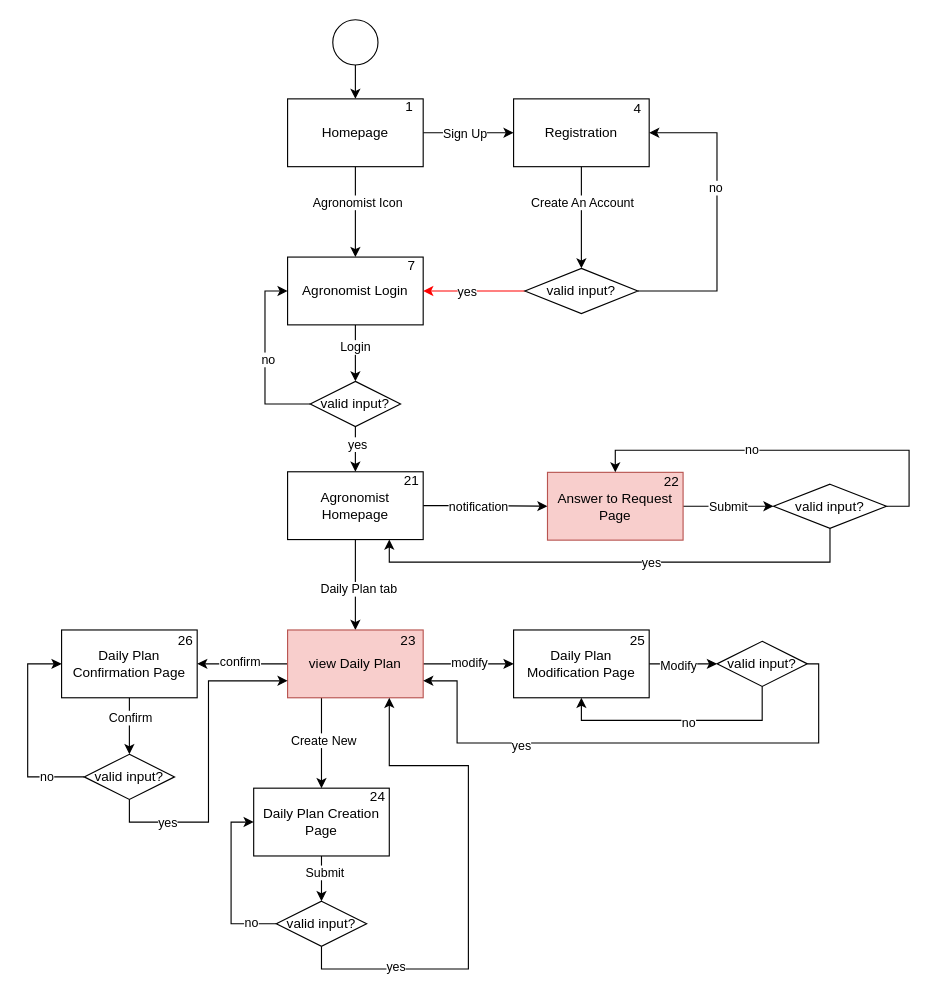
The draw.io diagram page "Agronomist" (1 of 2) of DD/diagrams/webapp flow diagrams.drawio in ictar/DREAM-SE2-Project-2022, before the edit. Source tidied: cells renumbered, new cells numbered last; positions are measured from the earlier drawing's top-left corner, leaving out a move shared by most shapes. Both pictures are drawn from the tidied source at 113%, with x=0, y=0 at pixel (27, 19).
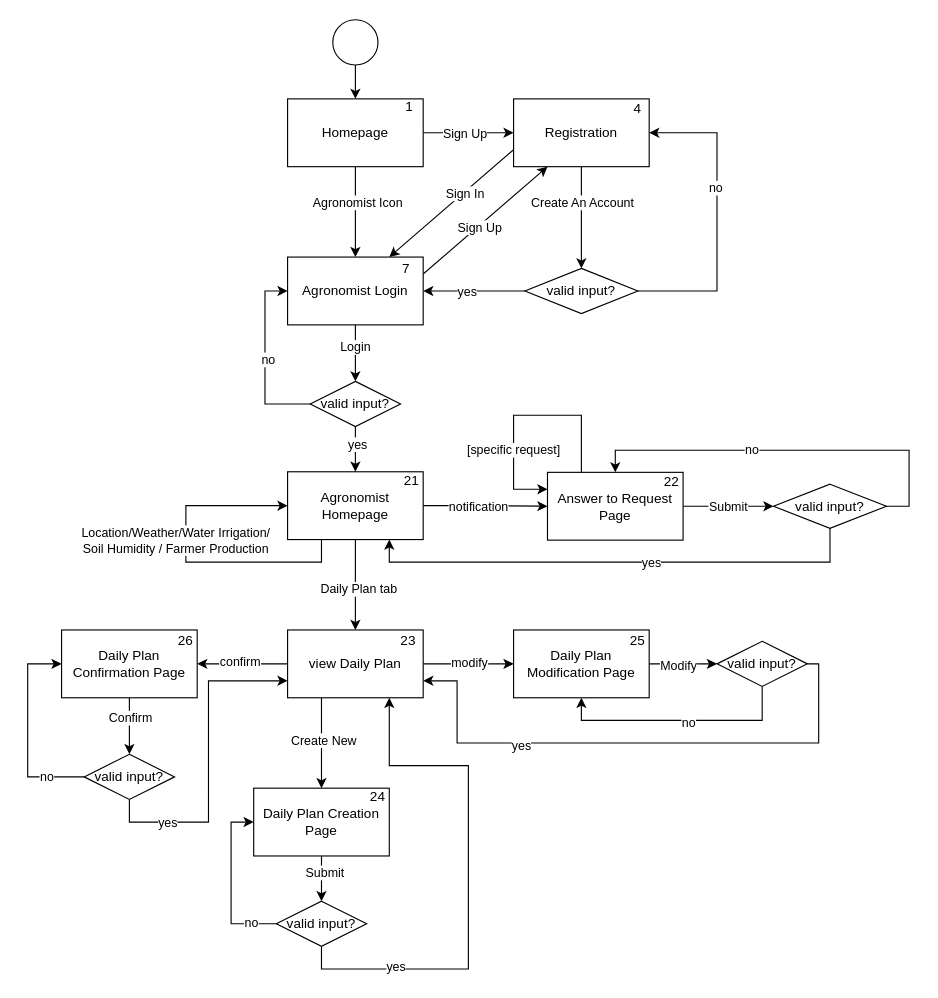
After the change.

Commit message:
modify agronomist weebapp flow

Unchanged cells that the change refers to:
```xml
<mxCell id="4" value="Agronomist Login" style="rounded=0;whiteSpace=wrap;html=1;" parent="1" vertex="1">
  <mxGeometry x="230" y="210" width="120" height="60" as="geometry" />
</mxCell>
<mxCell id="14" value="Registration" style="rounded=0;whiteSpace=wrap;html=1;" parent="1" vertex="1">
  <mxGeometry x="430" y="70" width="120" height="60" as="geometry" />
</mxCell>
<mxCell id="24" value="Agronomist Homepage" style="rounded=0;whiteSpace=wrap;html=1;" parent="1" vertex="1">
  <mxGeometry x="230" y="400" width="120" height="60" as="geometry" />
</mxCell>
<mxCell id="29" value="&lt;span&gt;valid input?&lt;/span&gt;" style="rhombus;whiteSpace=wrap;html=1;fillColor=none;" parent="1" vertex="1">
  <mxGeometry x="440" y="220" width="100" height="40" as="geometry" />
</mxCell>
```

The edit, as a diff of the source:
```diff
@@
+    <mxCell id="78" style="edgeStyle=none;rounded=0;jettySize=auto;html=1;exitX=1;exitY=0.25;exitDx=0;exitDy=0;entryX=0.25;entryY=1;entryDx=0;entryDy=0;strokeColor=#000000;" parent="1" edge="1" source="4" target="14">
+      <mxGeometry relative="1" as="geometry" />
+    </mxCell>
+    <mxCell id="79" value="Sign Up" style="edgeLabel;html=1;align=center;verticalAlign=middle;" parent="78" vertex="1">
+      <mxGeometry x="-0.1" y="-1" relative="1" as="geometry" />
+    </mxCell>
@@
+    <mxCell id="80" style="rounded=0;jettySize=auto;html=1;exitX=0;exitY=0.75;exitDx=0;exitDy=0;entryX=0.75;entryY=0;entryDx=0;entryDy=0;strokeColor=#000000;" parent="1" edge="1" source="14" target="4">
+      <mxGeometry relative="1" as="geometry" />
+    </mxCell>
+    <mxCell id="81" value="Sign In" style="edgeLabel;html=1;align=center;verticalAlign=middle;" parent="80" vertex="1">
+      <mxGeometry x="-0.2" y="1" relative="1" as="geometry" />
+    </mxCell>
@@
-    <mxCell id="27" style="edgeStyle=orthogonalEdgeStyle;rounded=0;jettySize=auto;html=1;exitX=0;exitY=0.5;exitDx=0;exitDy=0;entryX=1;entryY=0.5;entryDx=0;entryDy=0;strokeColor=#FF0000;" parent="1" edge="1" source="29" target="4">
+    <mxCell id="27" style="edgeStyle=orthogonalEdgeStyle;rounded=0;jettySize=auto;html=1;exitX=0;exitY=0.5;exitDx=0;exitDy=0;entryX=1;entryY=0.5;entryDx=0;entryDy=0;strokeColor=#000000;" parent="1" edge="1" source="29" target="4">
       <mxGeometry relative="1" as="geometry" />
     </mxCell>
@@
-    <mxCell id="32" value="Answer to Request Page" style="rounded=0;whiteSpace=wrap;html=1;fillColor=#f8cecc;strokeColor=#b85450;" parent="1" vertex="1">
+    <mxCell id="32" value="Answer to Request Page" style="rounded=0;whiteSpace=wrap;html=1;" parent="1" vertex="1">
       <mxGeometry x="460" y="400.5" width="120" height="60" as="geometry" />
     </mxCell>
@@
-    <mxCell id="39" value="view Daily Plan" style="rounded=0;whiteSpace=wrap;html=1;fillColor=#f8cecc;strokeColor=#b85450;" parent="1" vertex="1">
+    <mxCell id="39" value="view Daily Plan" style="rounded=0;whiteSpace=wrap;html=1;" parent="1" vertex="1">
       <mxGeometry x="230" y="540" width="120" height="60" as="geometry" />
     </mxCell>
@@
     <mxCell id="77" value="7" style="text;html=1;strokeColor=none;fillColor=none;align=center;verticalAlign=middle;whiteSpace=wrap;rounded=0;" parent="1" vertex="1">
-      <mxGeometry x="310" y="203" width="60" height="30" as="geometry" />
+      <mxGeometry x="327" y="214" width="16" height="13" as="geometry" />
     </mxCell>
+    <mxCell id="82" style="edgeStyle=orthogonalEdgeStyle;rounded=0;orthogonalLoop=1;jettySize=auto;html=1;exitX=0.25;exitY=0;exitDx=0;exitDy=0;entryX=0;entryY=0.25;entryDx=0;entryDy=0;strokeColor=#000000;" parent="1" edge="1" source="32" target="32">
+      <mxGeometry relative="1" as="geometry">
+        <Array as="points">
+          <mxPoint x="490" y="350" />
+          <mxPoint x="430" y="350" />
+          <mxPoint x="430" y="416" />
+        </Array>
+      </mxGeometry>
+    </mxCell>
+    <mxCell id="83" value="[specific request]" style="edgeLabel;html=1;align=center;verticalAlign=middle;" parent="82" vertex="1">
+      <mxGeometry x="-0.14" relative="1" as="geometry">
+        <mxPoint x="-22" y="30" as="offset" />
+      </mxGeometry>
+    </mxCell>
+    <mxCell id="84" style="edgeStyle=orthogonalEdgeStyle;rounded=0;orthogonalLoop=1;jettySize=auto;html=1;exitX=0.25;exitY=1;exitDx=0;exitDy=0;entryX=0;entryY=0.5;entryDx=0;entryDy=0;strokeColor=#000000;" parent="1" edge="1" source="24" target="24">
+      <mxGeometry relative="1" as="geometry">
+        <Array as="points">
+          <mxPoint x="260" y="480" />
+          <mxPoint x="140" y="480" />
+          <mxPoint x="140" y="430" />
+        </Array>
+      </mxGeometry>
+    </mxCell>
+    <mxCell id="85" value="Location/Weather/Water Irrigation/&lt;br&gt;Soil Humidity / Farmer Production" style="edgeLabel;html=1;align=center;verticalAlign=middle;" parent="84" vertex="1">
+      <mxGeometry x="0.19" y="-1" relative="1" as="geometry">
+        <mxPoint x="-11" y="7" as="offset" />
+      </mxGeometry>
+    </mxCell>
```
